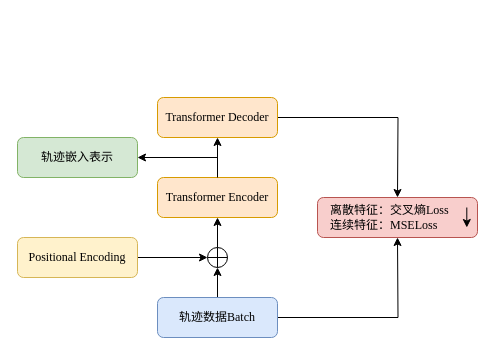
Above: Transformer.drawio in ginnux/grad_visual (draw.io), before the change. Source tidied: cells renumbered, new cells numbered last; positions are measured from the earlier drawing's top-left corner, leaving out a move shared by most shapes. Both pictures are drawn from the tidied source at 100%, with x=0, y=0 at pixel (17, 97).
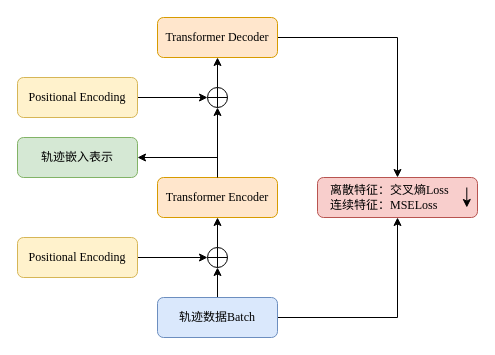
After the change.

The change refers to these unchanged cells:
```xml
<mxCell id="3" value="&lt;font face=&quot;Times New Roman&quot;&gt;Transformer Encoder&lt;/font&gt;" style="rounded=1;whiteSpace=wrap;html=1;fillColor=#ffe6cc;strokeColor=#d79b00;" parent="1" vertex="1">
  <mxGeometry x="140" y="80" width="120" height="40" as="geometry" />
</mxCell>
<mxCell id="10" value="&lt;font face=&quot;SimSun&quot;&gt;轨迹数据&lt;/font&gt;&lt;font face=&quot;Times New Roman&quot;&gt;Batch&lt;/font&gt;" style="rounded=1;whiteSpace=wrap;html=1;fillColor=#dae8fc;strokeColor=#6c8ebf;" parent="1" vertex="1">
  <mxGeometry x="140" y="200" width="120" height="40" as="geometry" />
</mxCell>
<mxCell id="16" style="rounded=1;whiteSpace=wrap;html=1;align=left;fillColor=#f8cecc;strokeColor=#b85450;" parent="15" vertex="1">
  <mxGeometry width="160" height="40" as="geometry" />
</mxCell>
```

The edit, as a diff of the source:
```diff
@@
-    <mxCell id="2" style="edgeStyle=orthogonalEdgeStyle;rounded=0;jettySize=auto;html=1;entryX=0.5;entryY=1;entryDx=0;entryDy=0;" parent="1" edge="1" source="3" target="12">
-      <mxGeometry relative="1" as="geometry" />
-    </mxCell>
+    <mxCell id="19" style="edgeStyle=orthogonalEdgeStyle;rounded=0;jettySize=auto;html=1;exitX=0.5;exitY=0;exitDx=0;exitDy=0;" parent="1" edge="1" source="3" target="24">
+      <mxGeometry relative="1" as="geometry" />
+    </mxCell>
@@
-    <mxCell id="9" style="edgeStyle=orthogonalEdgeStyle;rounded=0;jettySize=auto;html=1;" parent="1" edge="1" source="10">
-      <mxGeometry relative="1" as="geometry">
-        <mxPoint x="380" y="140" as="targetPoint" />
-      </mxGeometry>
+    <mxCell id="9" style="edgeStyle=orthogonalEdgeStyle;rounded=0;jettySize=auto;html=1;entryX=0.5;entryY=1;entryDx=0;entryDy=0;" parent="1" edge="1" source="10" target="16">
+      <mxGeometry relative="1" as="geometry" />
     </mxCell>
@@
-    <mxCell id="11" style="edgeStyle=orthogonalEdgeStyle;rounded=0;jettySize=auto;html=1;" parent="1" edge="1" source="12">
-      <mxGeometry relative="1" as="geometry">
-        <mxPoint x="380" y="100" as="targetPoint" />
-      </mxGeometry>
-    </mxCell>
+    <mxCell id="20" style="edgeStyle=orthogonalEdgeStyle;rounded=0;jettySize=auto;html=1;entryX=0.5;entryY=0;entryDx=0;entryDy=0;" parent="1" edge="1" source="12" target="16">
+      <mxGeometry relative="1" as="geometry" />
+    </mxCell>
     <mxCell id="12" value="&lt;font face=&quot;Times New Roman&quot;&gt;Transformer Decoder&lt;/font&gt;" style="rounded=1;whiteSpace=wrap;html=1;fillColor=#ffe6cc;strokeColor=#d79b00;" parent="1" vertex="1">
-      <mxGeometry x="140" width="120" height="40" as="geometry" />
+      <mxGeometry x="140" y="-80" width="120" height="40" as="geometry" />
     </mxCell>
@@
     <mxCell id="15" style="group;" parent="1" vertex="1">
-      <mxGeometry x="300" y="100" width="160" height="40" as="geometry" />
+      <mxGeometry x="300" y="80" width="160" height="40" as="geometry" />
     </mxCell>
@@
+    <mxCell id="21" style="edgeStyle=orthogonalEdgeStyle;rounded=0;jettySize=auto;html=1;exitX=1;exitY=0.5;exitDx=0;exitDy=0;entryX=0;entryY=0.5;entryDx=0;entryDy=0;" parent="1" edge="1" source="22" target="24">
+      <mxGeometry relative="1" as="geometry" />
+    </mxCell>
+    <mxCell id="22" value="&lt;font face=&quot;Times New Roman&quot;&gt;Positional Encoding&lt;/font&gt;" style="rounded=1;whiteSpace=wrap;html=1;fillColor=#fff2cc;strokeColor=#d6b656;" parent="1" vertex="1">
+      <mxGeometry y="-20" width="120" height="40" as="geometry" />
+    </mxCell>
+    <mxCell id="23" style="edgeStyle=orthogonalEdgeStyle;rounded=0;jettySize=auto;html=1;exitX=0.5;exitY=0;exitDx=0;exitDy=0;entryX=0.5;entryY=1;entryDx=0;entryDy=0;" parent="1" edge="1" source="24" target="12">
+      <mxGeometry relative="1" as="geometry" />
+    </mxCell>
+    <mxCell id="24" style="shape=orEllipse;perimeter=ellipsePerimeter;whiteSpace=wrap;html=1;backgroundOutline=1;" parent="1" vertex="1">
+      <mxGeometry x="190" y="-10" width="20" height="20" as="geometry" />
+    </mxCell>
```
